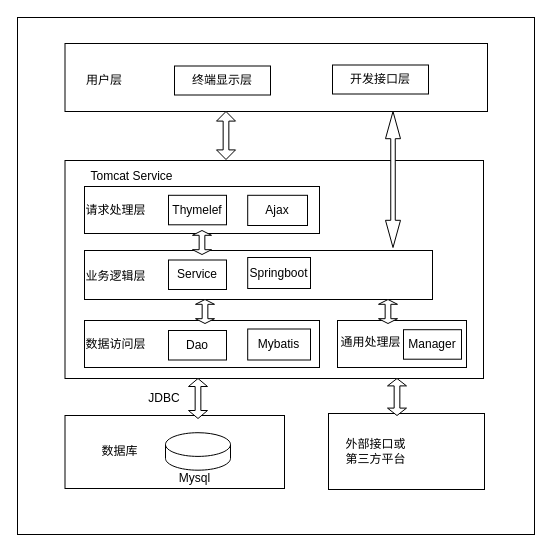
Above: Untitled Diagram.drawio in motion-dream/argishop (draw.io), before the change. Source tidied: cells renumbered, new cells numbered last; positions are measured from the earlier drawing's top-left corner, leaving out a move shared by most shapes. Both pictures are drawn from the tidied source at 100%, with x=0, y=0 at pixel (17, 17).
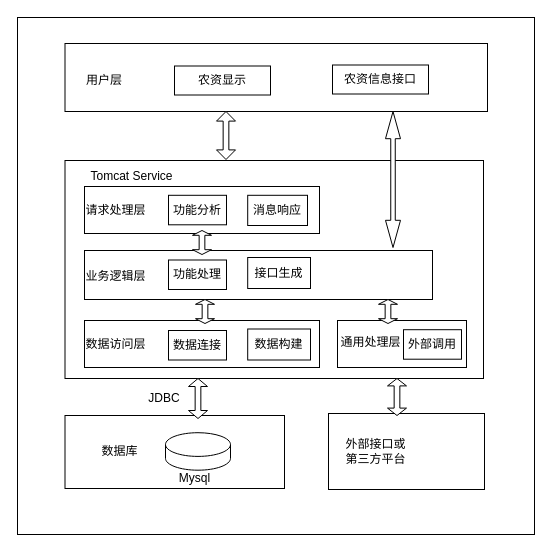
The same diagram, later.

Diff of the diagram source:
```diff
@@
-    <mxCell id="5" value="终端显示层" style="rounded=0;whiteSpace=wrap;html=1;" parent="1" vertex="1">
+    <mxCell id="5" value="农资显示" style="rounded=0;whiteSpace=wrap;html=1;" parent="1" vertex="1">
       <mxGeometry x="157" y="48.5" width="96" height="29" as="geometry" />
     </mxCell>
-    <mxCell id="6" value="开发接口层" style="rounded=0;whiteSpace=wrap;html=1;" parent="1" vertex="1">
+    <mxCell id="6" value="农资信息接口" style="rounded=0;whiteSpace=wrap;html=1;" parent="1" vertex="1">
       <mxGeometry x="315" y="47.5" width="96" height="29" as="geometry" />
     </mxCell>
@@
-    <mxCell id="12" value="Thymelef" style="rounded=0;whiteSpace=wrap;html=1;" parent="1" vertex="1">
+    <mxCell id="12" value="功能分析" style="rounded=0;whiteSpace=wrap;html=1;" parent="1" vertex="1">
       <mxGeometry x="151" y="177.8" width="58" height="29.5" as="geometry" />
     </mxCell>
-    <mxCell id="13" value="Ajax" style="rounded=0;whiteSpace=wrap;html=1;" parent="1" vertex="1">
+    <mxCell id="13" value="消息响应" style="rounded=0;whiteSpace=wrap;html=1;" parent="1" vertex="1">
       <mxGeometry x="230.2" y="177.8" width="59.8" height="30.2" as="geometry" />
     </mxCell>
@@
-    <mxCell id="16" value="Service" style="rounded=0;whiteSpace=wrap;html=1;" parent="1" vertex="1">
+    <mxCell id="16" value="功能处理" style="rounded=0;whiteSpace=wrap;html=1;" parent="1" vertex="1">
       <mxGeometry x="151" y="242.5" width="58" height="29.5" as="geometry" />
     </mxCell>
-    <mxCell id="17" value="Springboot" style="rounded=0;whiteSpace=wrap;html=1;" parent="1" vertex="1">
+    <mxCell id="17" value="接口生成" style="rounded=0;whiteSpace=wrap;html=1;" parent="1" vertex="1">
       <mxGeometry x="230.2" y="240" width="62.8" height="31" as="geometry" />
     </mxCell>
@@
-    <mxCell id="20" value="Dao" style="rounded=0;whiteSpace=wrap;html=1;" parent="1" vertex="1">
+    <mxCell id="20" value="数据连接" style="rounded=0;whiteSpace=wrap;html=1;" parent="1" vertex="1">
       <mxGeometry x="151" y="313" width="58" height="29.5" as="geometry" />
     </mxCell>
-    <mxCell id="21" value="Mybatis" style="rounded=0;whiteSpace=wrap;html=1;" parent="1" vertex="1">
+    <mxCell id="21" value="数据构建" style="rounded=0;whiteSpace=wrap;html=1;" parent="1" vertex="1">
       <mxGeometry x="230.2" y="311.5" width="62.8" height="31" as="geometry" />
     </mxCell>
@@
-    <mxCell id="24" value="Manager" style="rounded=0;whiteSpace=wrap;html=1;" parent="1" vertex="1">
+    <mxCell id="24" value="外部调用" style="rounded=0;whiteSpace=wrap;html=1;" parent="1" vertex="1">
       <mxGeometry x="386" y="312.2" width="58" height="29.5" as="geometry" />
     </mxCell>
```
